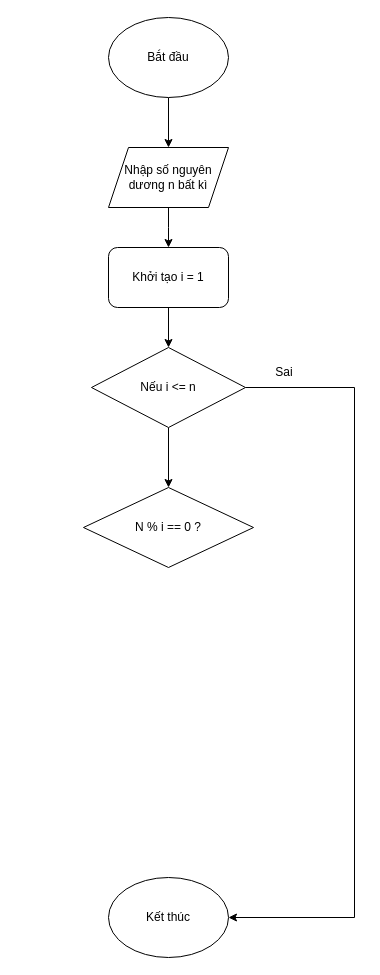
Before: DiagramBTH4.drawio in Azunn0801/Rikkei_C, a draw.io diagram. Source tidied: cells renumbered, new cells numbered last; positions are measured from the earlier drawing's top-left corner, leaving out a move shared by most shapes. Both pictures are drawn from the tidied source at 100%, with x=0, y=0 at pixel (83, 17).
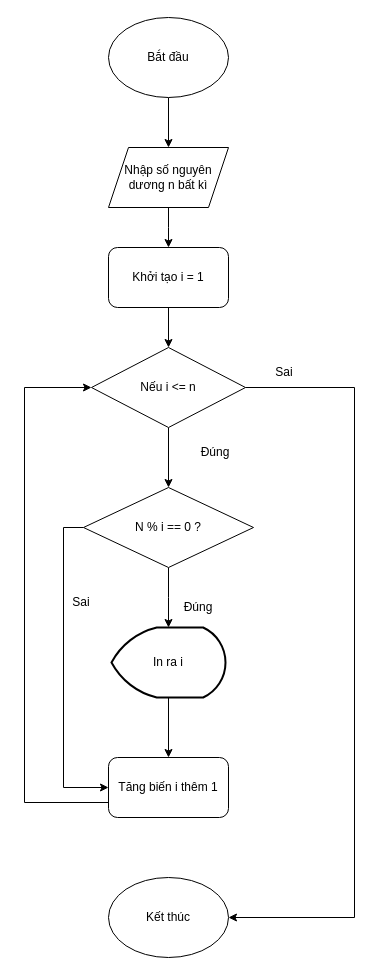
Above is the later version.

Unchanged cells that the change refers to:
```xml
<mxCell id="11" value="Nếu i &amp;lt;= n" style="rhombus;whiteSpace=wrap;html=1;" parent="1" vertex="1">
  <mxGeometry x="8" y="330" width="154" height="80" as="geometry" />
</mxCell>
<mxCell id="13" value="N % i == 0 ?" style="rhombus;whiteSpace=wrap;html=1;" parent="1" vertex="1">
  <mxGeometry y="470" width="170" height="80" as="geometry" />
</mxCell>
```

Diff of the diagram source:
```diff
@@
+    <mxCell id="14" style="edgeStyle=orthogonalEdgeStyle;rounded=0;jettySize=auto;html=1;" parent="1" edge="1" source="13">
+      <mxGeometry relative="1" as="geometry">
+        <mxPoint x="85" y="610" as="targetPoint" />
+      </mxGeometry>
+    </mxCell>
+    <mxCell id="15" style="edgeStyle=orthogonalEdgeStyle;rounded=0;jettySize=auto;html=1;exitX=0;exitY=0.5;exitDx=0;exitDy=0;entryX=0;entryY=0.5;entryDx=0;entryDy=0;" parent="1" edge="1" source="13" target="22">
+      <mxGeometry relative="1" as="geometry" />
+    </mxCell>
@@
+    <mxCell id="16" value="Sai" style="text;html=1;align=center;verticalAlign=middle;whiteSpace=wrap;rounded=0;" parent="1" vertex="1">
+      <mxGeometry x="-32" y="570" width="60" height="30" as="geometry" />
+    </mxCell>
+    <mxCell id="17" value="Đúng" style="text;html=1;align=center;verticalAlign=middle;whiteSpace=wrap;rounded=0;" parent="1" vertex="1">
+      <mxGeometry x="85" y="575" width="60" height="30" as="geometry" />
+    </mxCell>
+    <mxCell id="18" value="Đúng" style="text;html=1;align=center;verticalAlign=middle;whiteSpace=wrap;rounded=0;" parent="1" vertex="1">
+      <mxGeometry x="102" y="420" width="60" height="30" as="geometry" />
+    </mxCell>
+    <mxCell id="19" style="edgeStyle=orthogonalEdgeStyle;rounded=0;jettySize=auto;html=1;" parent="1" edge="1" source="20" target="22">
+      <mxGeometry relative="1" as="geometry" />
+    </mxCell>
+    <mxCell id="20" value="In ra i" style="strokeWidth=2;html=1;shape=mxgraph.flowchart.display;whiteSpace=wrap;" parent="1" vertex="1">
+      <mxGeometry x="28" y="610" width="114" height="70" as="geometry" />
+    </mxCell>
+    <mxCell id="21" style="edgeStyle=orthogonalEdgeStyle;rounded=0;jettySize=auto;html=1;exitX=0;exitY=0.75;exitDx=0;exitDy=0;entryX=0;entryY=0.5;entryDx=0;entryDy=0;" parent="1" edge="1" source="22" target="11">
+      <mxGeometry relative="1" as="geometry">
+        <Array as="points">
+          <mxPoint x="-59" y="785" />
+          <mxPoint x="-59" y="370" />
+        </Array>
+      </mxGeometry>
+    </mxCell>
+    <mxCell id="22" value="Tăng biến i thêm 1" style="rounded=1;whiteSpace=wrap;html=1;" parent="1" vertex="1">
+      <mxGeometry x="25" y="740" width="120" height="60" as="geometry" />
+    </mxCell>
```
